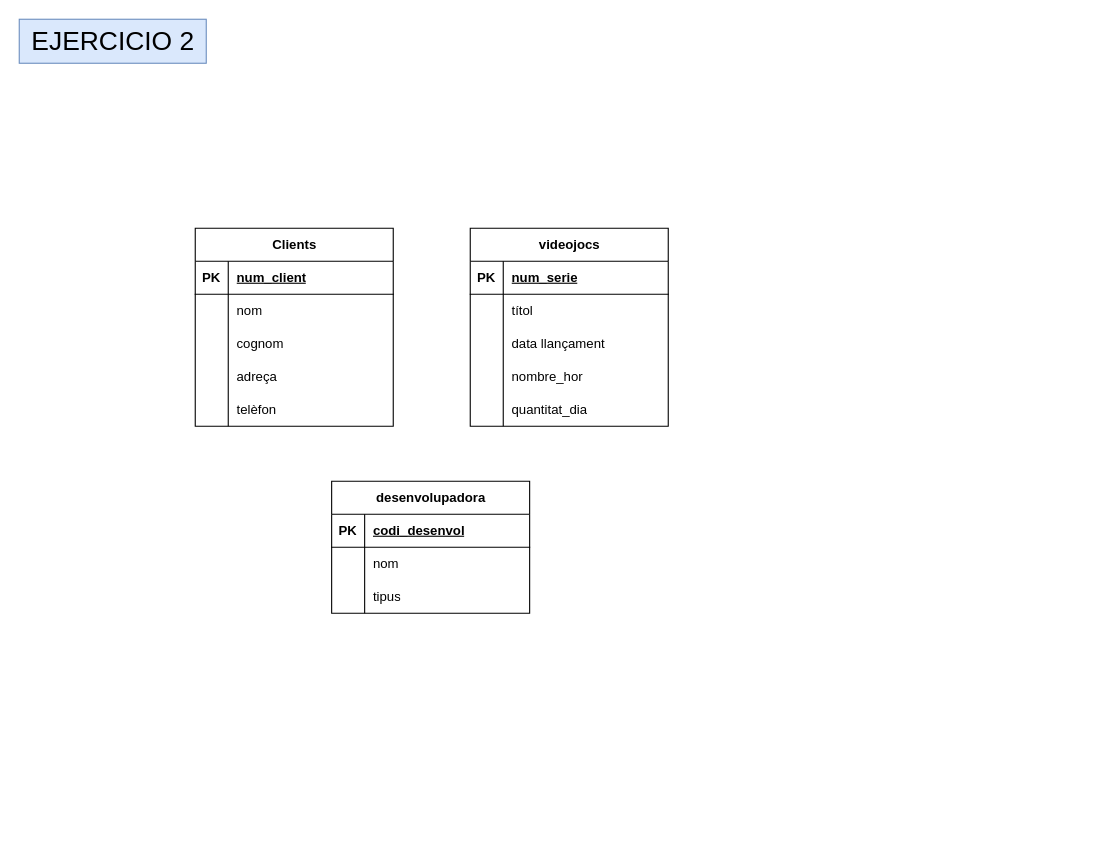
This is M02_RA6_act2.drawio from victor06-git/base_de_dades, a draw.io file, before an edit. Source tidied: cells renumbered, new cells numbered last; positions are measured from the earlier drawing's top-left corner, leaving out a move shared by most shapes. Both pictures are drawn from the tidied source at 110%, with x=0, y=0 at pixel (19, 19).
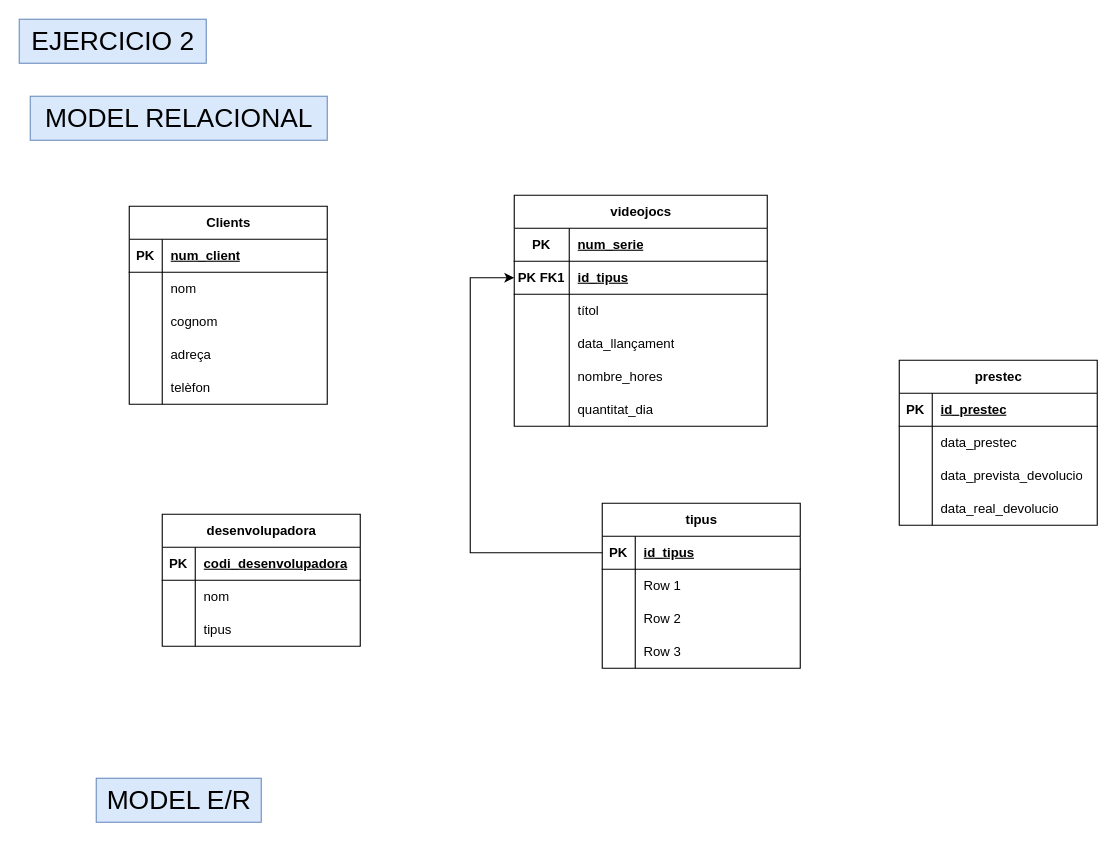
After the change.

The change refers to these unchanged cells:
```xml
<mxCell id="15" style="shape=tableRow;horizontal=0;startSize=0;swimlaneHead=0;swimlaneBody=0;fillColor=none;top=0;left=0;right=0;bottom=0;" parent="2" vertex="1">
  <mxGeometry y="150" width="180" height="30" as="geometry" />
</mxCell>
<mxCell id="40" style="shape=tableRow;horizontal=0;startSize=0;swimlaneHead=0;swimlaneBody=0;fillColor=none;top=0;left=0;right=0;bottom=1;" parent="39" vertex="1">
  <mxGeometry y="30" width="180" height="30" as="geometry" />
</mxCell>
```

The edit, as a diff of the source:
```diff
@@
     <mxCell id="2" value="Clients" style="shape=table;startSize=30;childLayout=tableLayout;rowLines=0;fontStyle=1;align=center;html=1;" parent="1" vertex="1">
-      <mxGeometry x="160" y="190" width="180" height="180" as="geometry" />
+      <mxGeometry x="100" y="170" width="180" height="180" as="geometry" />
     </mxCell>
@@
-    <mxCell id="17" style="shape=partialRectangle;fillColor=none;top=0;left=0;bottom=0;right=0;align=left;spacingLeft=6;overflow=hidden;whiteSpace=wrap;html=1;" parent="15" vertex="1">
+    <mxCell id="17" value="telèfon" style="shape=partialRectangle;fillColor=none;top=0;left=0;bottom=0;right=0;align=left;spacingLeft=6;overflow=hidden;whiteSpace=wrap;html=1;" parent="15" vertex="1">
       <mxGeometry x="30" width="150" height="30" as="geometry" />
     </mxCell>
@@
     <mxCell id="21" value="videojocs" style="shape=table;startSize=30;childLayout=tableLayout;rowLines=0;fontStyle=1;align=center;html=1;" parent="1" vertex="1">
-      <mxGeometry x="410" y="190" width="180" height="180" as="geometry" />
+      <mxGeometry x="450" y="160" width="230" height="210" as="geometry" />
     </mxCell>
     <mxCell id="22" style="shape=tableRow;horizontal=0;startSize=0;swimlaneHead=0;swimlaneBody=0;fillColor=none;top=0;left=0;right=0;bottom=1;" parent="21" vertex="1">
-      <mxGeometry y="30" width="180" height="30" as="geometry" />
+      <mxGeometry y="30" width="230" height="30" as="geometry" />
     </mxCell>
     <mxCell id="23" value="PK" style="shape=partialRectangle;fillColor=none;top=0;left=0;bottom=0;right=0;fontStyle=1;overflow=hidden;whiteSpace=wrap;html=1;" parent="22" vertex="1">
-      <mxGeometry width="30" height="30" as="geometry" />
+      <mxGeometry width="50" height="30" as="geometry" />
     </mxCell>
     <mxCell id="24" value="num_serie" style="shape=partialRectangle;fillColor=none;top=0;left=0;bottom=0;right=0;align=left;spacingLeft=6;fontStyle=5;overflow=hidden;whiteSpace=wrap;html=1;" parent="22" vertex="1">
-      <mxGeometry x="30" width="150" height="30" as="geometry" />
+      <mxGeometry x="50" width="180" height="30" as="geometry" />
     </mxCell>
+    <mxCell id="49" style="shape=tableRow;horizontal=0;startSize=0;swimlaneHead=0;swimlaneBody=0;fillColor=none;points=[[0,0.5],[1,0.5]];portConstraint=eastwest;top=0;left=0;right=0;bottom=1;" parent="21" vertex="1">
+      <mxGeometry y="60" width="230" height="30" as="geometry" />
+    </mxCell>
+    <mxCell id="50" value="PK FK1" style="shape=partialRectangle;fillColor=none;top=0;left=0;bottom=0;right=0;fontStyle=1;overflow=hidden;whiteSpace=wrap;html=1;" parent="49" vertex="1">
+      <mxGeometry width="50" height="30" as="geometry" />
+    </mxCell>
+    <mxCell id="51" value="id_tipus" style="shape=partialRectangle;fillColor=none;top=0;left=0;bottom=0;right=0;align=left;spacingLeft=6;fontStyle=5;overflow=hidden;whiteSpace=wrap;html=1;" parent="49" vertex="1">
+      <mxGeometry x="50" width="180" height="30" as="geometry" />
+    </mxCell>
     <mxCell id="25" style="shape=tableRow;horizontal=0;startSize=0;swimlaneHead=0;swimlaneBody=0;fillColor=none;top=0;left=0;right=0;bottom=0;" parent="21" vertex="1">
-      <mxGeometry y="60" width="180" height="30" as="geometry" />
+      <mxGeometry y="90" width="230" height="30" as="geometry" />
     </mxCell>
     <mxCell id="26" style="shape=partialRectangle;fillColor=none;top=0;left=0;bottom=0;right=0;overflow=hidden;whiteSpace=wrap;html=1;" parent="25" vertex="1">
-      <mxGeometry width="30" height="30" as="geometry" />
+      <mxGeometry width="50" height="30" as="geometry" />
     </mxCell>
     <mxCell id="27" value="títol" style="shape=partialRectangle;fillColor=none;top=0;left=0;bottom=0;right=0;align=left;spacingLeft=6;overflow=hidden;whiteSpace=wrap;html=1;" parent="25" vertex="1">
-      <mxGeometry x="30" width="150" height="30" as="geometry" />
+      <mxGeometry x="50" width="180" height="30" as="geometry" />
     </mxCell>
     <mxCell id="28" style="shape=tableRow;horizontal=0;startSize=0;swimlaneHead=0;swimlaneBody=0;fillColor=none;top=0;left=0;right=0;bottom=0;" parent="21" vertex="1">
-      <mxGeometry y="90" width="180" height="30" as="geometry" />
+      <mxGeometry y="120" width="230" height="30" as="geometry" />
     </mxCell>
     <mxCell id="29" style="shape=partialRectangle;fillColor=none;top=0;left=0;bottom=0;right=0;overflow=hidden;whiteSpace=wrap;html=1;" parent="28" vertex="1">
-      <mxGeometry width="30" height="30" as="geometry" />
+      <mxGeometry width="50" height="30" as="geometry" />
     </mxCell>
-    <mxCell id="30" value="data llançament" style="shape=partialRectangle;fillColor=none;top=0;left=0;bottom=0;right=0;align=left;spacingLeft=6;overflow=hidden;whiteSpace=wrap;html=1;" parent="28" vertex="1">
-      <mxGeometry x="30" width="150" height="30" as="geometry" />
+    <mxCell id="30" value="data_llançament" style="shape=partialRectangle;fillColor=none;top=0;left=0;bottom=0;right=0;align=left;spacingLeft=6;overflow=hidden;whiteSpace=wrap;html=1;" parent="28" vertex="1">
+      <mxGeometry x="50" width="180" height="30" as="geometry" />
     </mxCell>
     <mxCell id="31" style="shape=tableRow;horizontal=0;startSize=0;swimlaneHead=0;swimlaneBody=0;fillColor=none;top=0;left=0;right=0;bottom=0;" parent="21" vertex="1">
-      <mxGeometry y="120" width="180" height="30" as="geometry" />
+      <mxGeometry y="150" width="230" height="30" as="geometry" />
     </mxCell>
     <mxCell id="32" style="shape=partialRectangle;fillColor=none;top=0;left=0;bottom=0;right=0;overflow=hidden;whiteSpace=wrap;html=1;" parent="31" vertex="1">
-      <mxGeometry width="30" height="30" as="geometry" />
+      <mxGeometry width="50" height="30" as="geometry" />
     </mxCell>
-    <mxCell id="33" value="nombre_hor" style="shape=partialRectangle;fillColor=none;top=0;left=0;bottom=0;right=0;align=left;spacingLeft=6;overflow=hidden;whiteSpace=wrap;html=1;" parent="31" vertex="1">
-      <mxGeometry x="30" width="150" height="30" as="geometry" />
+    <mxCell id="33" value="nombre_hores" style="shape=partialRectangle;fillColor=none;top=0;left=0;bottom=0;right=0;align=left;spacingLeft=6;overflow=hidden;whiteSpace=wrap;html=1;" parent="31" vertex="1">
+      <mxGeometry x="50" width="180" height="30" as="geometry" />
     </mxCell>
     <mxCell id="34" style="shape=tableRow;horizontal=0;startSize=0;swimlaneHead=0;swimlaneBody=0;fillColor=none;top=0;left=0;right=0;bottom=0;" parent="21" vertex="1">
-      <mxGeometry y="150" width="180" height="30" as="geometry" />
+      <mxGeometry y="180" width="230" height="30" as="geometry" />
     </mxCell>
     <mxCell id="35" style="shape=partialRectangle;fillColor=none;top=0;left=0;bottom=0;right=0;overflow=hidden;whiteSpace=wrap;html=1;" parent="34" vertex="1">
-      <mxGeometry width="30" height="30" as="geometry" />
+      <mxGeometry width="50" height="30" as="geometry" />
     </mxCell>
-    <mxCell id="36" style="shape=partialRectangle;fillColor=none;top=0;left=0;bottom=0;right=0;align=left;spacingLeft=6;overflow=hidden;whiteSpace=wrap;html=1;" parent="34" vertex="1">
-      <mxGeometry x="30" width="150" height="30" as="geometry" />
+    <mxCell id="36" value="quantitat_dia" style="shape=partialRectangle;fillColor=none;top=0;left=0;bottom=0;right=0;align=left;spacingLeft=6;overflow=hidden;whiteSpace=wrap;html=1;" parent="34" vertex="1">
+      <mxGeometry x="50" width="180" height="30" as="geometry" />
     </mxCell>
-    <mxCell id="37" value="telèfon" style="shape=partialRectangle;fillColor=none;top=0;left=0;bottom=0;right=0;align=left;spacingLeft=6;overflow=hidden;whiteSpace=wrap;html=1;" parent="1" vertex="1">
-      <mxGeometry x="190" y="340" width="150" height="30" as="geometry" />
-    </mxCell>
-    <mxCell id="38" value="quantitat_dia" style="shape=partialRectangle;fillColor=none;top=0;left=0;bottom=0;right=0;align=left;spacingLeft=6;overflow=hidden;whiteSpace=wrap;html=1;" parent="1" vertex="1">
-      <mxGeometry x="440" y="340" width="150" height="30" as="geometry" />
-    </mxCell>
     <mxCell id="39" value="desenvolupadora" style="shape=table;startSize=30;childLayout=tableLayout;rowLines=0;fontStyle=1;align=center;html=1;" parent="1" vertex="1">
-      <mxGeometry x="284" y="420" width="180" height="120" as="geometry" />
+      <mxGeometry x="130" y="450" width="180" height="120" as="geometry" />
     </mxCell>
@@
-    <mxCell id="42" value="codi_desenvol" style="shape=partialRectangle;fillColor=none;top=0;left=0;bottom=0;right=0;align=left;spacingLeft=6;fontStyle=5;overflow=hidden;whiteSpace=wrap;html=1;" parent="40" vertex="1">
+    <mxCell id="42" value="codi_desenvolupadora" style="shape=partialRectangle;fillColor=none;top=0;left=0;bottom=0;right=0;align=left;spacingLeft=6;fontStyle=5;overflow=hidden;whiteSpace=wrap;html=1;" parent="40" vertex="1">
       <mxGeometry x="30" width="150" height="30" as="geometry" />
     </mxCell>
@@
+    <mxCell id="52" value="tipus" style="shape=table;startSize=30;childLayout=tableLayout;rowLines=0;fontStyle=1;align=center;html=1;" parent="1" vertex="1">
+      <mxGeometry x="530" y="440" width="180" height="150" as="geometry" />
+    </mxCell>
+    <mxCell id="53" style="shape=tableRow;horizontal=0;startSize=0;swimlaneHead=0;swimlaneBody=0;fillColor=none;points=[[0,0.5],[1,0.5]];portConstraint=eastwest;top=0;left=0;right=0;bottom=1;" parent="52" vertex="1">
+      <mxGeometry y="30" width="180" height="30" as="geometry" />
+    </mxCell>
+    <mxCell id="54" value="PK" style="shape=partialRectangle;fillColor=none;top=0;left=0;bottom=0;right=0;fontStyle=1;overflow=hidden;whiteSpace=wrap;html=1;" parent="53" vertex="1">
+      <mxGeometry width="30" height="30" as="geometry" />
+    </mxCell>
+    <mxCell id="55" value="id_tipus" style="shape=partialRectangle;fillColor=none;top=0;left=0;bottom=0;right=0;align=left;spacingLeft=6;fontStyle=5;overflow=hidden;whiteSpace=wrap;html=1;" parent="53" vertex="1">
+      <mxGeometry x="30" width="150" height="30" as="geometry" />
+    </mxCell>
+    <mxCell id="56" style="shape=tableRow;horizontal=0;startSize=0;swimlaneHead=0;swimlaneBody=0;fillColor=none;top=0;left=0;right=0;bottom=0;" parent="52" vertex="1">
+      <mxGeometry y="60" width="180" height="30" as="geometry" />
+    </mxCell>
+    <mxCell id="57" style="shape=partialRectangle;fillColor=none;top=0;left=0;bottom=0;right=0;overflow=hidden;whiteSpace=wrap;html=1;" parent="56" vertex="1">
+      <mxGeometry width="30" height="30" as="geometry" />
+    </mxCell>
+    <mxCell id="58" value="Row 1" style="shape=partialRectangle;fillColor=none;top=0;left=0;bottom=0;right=0;align=left;spacingLeft=6;overflow=hidden;whiteSpace=wrap;html=1;" parent="56" vertex="1">
+      <mxGeometry x="30" width="150" height="30" as="geometry" />
+    </mxCell>
+    <mxCell id="59" style="shape=tableRow;horizontal=0;startSize=0;swimlaneHead=0;swimlaneBody=0;fillColor=none;top=0;left=0;right=0;bottom=0;" parent="52" vertex="1">
+      <mxGeometry y="90" width="180" height="30" as="geometry" />
+    </mxCell>
+    <mxCell id="60" style="shape=partialRectangle;fillColor=none;top=0;left=0;bottom=0;right=0;overflow=hidden;whiteSpace=wrap;html=1;" parent="59" vertex="1">
+      <mxGeometry width="30" height="30" as="geometry" />
+    </mxCell>
+    <mxCell id="61" value="Row 2" style="shape=partialRectangle;fillColor=none;top=0;left=0;bottom=0;right=0;align=left;spacingLeft=6;overflow=hidden;whiteSpace=wrap;html=1;" parent="59" vertex="1">
+      <mxGeometry x="30" width="150" height="30" as="geometry" />
+    </mxCell>
+    <mxCell id="62" style="shape=tableRow;horizontal=0;startSize=0;swimlaneHead=0;swimlaneBody=0;fillColor=none;top=0;left=0;right=0;bottom=0;" parent="52" vertex="1">
+      <mxGeometry y="120" width="180" height="30" as="geometry" />
+    </mxCell>
+    <mxCell id="63" style="shape=partialRectangle;fillColor=none;top=0;left=0;bottom=0;right=0;overflow=hidden;whiteSpace=wrap;html=1;" parent="62" vertex="1">
+      <mxGeometry width="30" height="30" as="geometry" />
+    </mxCell>
+    <mxCell id="64" value="Row 3" style="shape=partialRectangle;fillColor=none;top=0;left=0;bottom=0;right=0;align=left;spacingLeft=6;overflow=hidden;whiteSpace=wrap;html=1;" parent="62" vertex="1">
+      <mxGeometry x="30" width="150" height="30" as="geometry" />
+    </mxCell>
+    <mxCell id="65" value="prestec" style="shape=table;startSize=30;childLayout=tableLayout;rowLines=0;fontStyle=1;align=center;html=1;" parent="1" vertex="1">
+      <mxGeometry x="800" y="310" width="180" height="150" as="geometry" />
+    </mxCell>
+    <mxCell id="66" style="shape=tableRow;horizontal=0;startSize=0;swimlaneHead=0;swimlaneBody=0;fillColor=none;top=0;left=0;right=0;bottom=1;" parent="65" vertex="1">
+      <mxGeometry y="30" width="180" height="30" as="geometry" />
+    </mxCell>
+    <mxCell id="67" value="PK" style="shape=partialRectangle;fillColor=none;top=0;left=0;bottom=0;right=0;fontStyle=1;overflow=hidden;whiteSpace=wrap;html=1;" parent="66" vertex="1">
+      <mxGeometry width="30" height="30" as="geometry" />
+    </mxCell>
+    <mxCell id="68" value="id_prestec" style="shape=partialRectangle;fillColor=none;top=0;left=0;bottom=0;right=0;align=left;spacingLeft=6;fontStyle=5;overflow=hidden;whiteSpace=wrap;html=1;" parent="66" vertex="1">
+      <mxGeometry x="30" width="150" height="30" as="geometry" />
+    </mxCell>
+    <mxCell id="69" style="shape=tableRow;horizontal=0;startSize=0;swimlaneHead=0;swimlaneBody=0;fillColor=none;top=0;left=0;right=0;bottom=0;" parent="65" vertex="1">
+      <mxGeometry y="60" width="180" height="30" as="geometry" />
+    </mxCell>
+    <mxCell id="70" style="shape=partialRectangle;fillColor=none;top=0;left=0;bottom=0;right=0;overflow=hidden;whiteSpace=wrap;html=1;" parent="69" vertex="1">
+      <mxGeometry width="30" height="30" as="geometry" />
+    </mxCell>
+    <mxCell id="71" value="data_prestec" style="shape=partialRectangle;fillColor=none;top=0;left=0;bottom=0;right=0;align=left;spacingLeft=6;overflow=hidden;whiteSpace=wrap;html=1;" parent="69" vertex="1">
+      <mxGeometry x="30" width="150" height="30" as="geometry" />
+    </mxCell>
+    <mxCell id="72" style="shape=tableRow;horizontal=0;startSize=0;swimlaneHead=0;swimlaneBody=0;fillColor=none;top=0;left=0;right=0;bottom=0;" parent="65" vertex="1">
+      <mxGeometry y="90" width="180" height="30" as="geometry" />
+    </mxCell>
+    <mxCell id="73" style="shape=partialRectangle;fillColor=none;top=0;left=0;bottom=0;right=0;overflow=hidden;whiteSpace=wrap;html=1;" parent="72" vertex="1">
+      <mxGeometry width="30" height="30" as="geometry" />
+    </mxCell>
+    <mxCell id="74" value="data_prevista_devolucio" style="shape=partialRectangle;fillColor=none;top=0;left=0;bottom=0;right=0;align=left;spacingLeft=6;overflow=hidden;whiteSpace=wrap;html=1;" parent="72" vertex="1">
+      <mxGeometry x="30" width="150" height="30" as="geometry" />
+    </mxCell>
+    <mxCell id="75" style="shape=tableRow;horizontal=0;startSize=0;swimlaneHead=0;swimlaneBody=0;fillColor=none;top=0;left=0;right=0;bottom=0;" parent="65" vertex="1">
+      <mxGeometry y="120" width="180" height="30" as="geometry" />
+    </mxCell>
+    <mxCell id="76" style="shape=partialRectangle;fillColor=none;top=0;left=0;bottom=0;right=0;overflow=hidden;whiteSpace=wrap;html=1;" parent="75" vertex="1">
+      <mxGeometry width="30" height="30" as="geometry" />
+    </mxCell>
+    <mxCell id="77" value="data_real_devolucio" style="shape=partialRectangle;fillColor=none;top=0;left=0;bottom=0;right=0;align=left;spacingLeft=6;overflow=hidden;whiteSpace=wrap;html=1;" parent="75" vertex="1">
+      <mxGeometry x="30" width="150" height="30" as="geometry" />
+    </mxCell>
+    <mxCell id="78" value="MODEL RELACIONAL" style="text;html=1;align=center;verticalAlign=middle;strokeColor=#6c8ebf;fillColor=#dae8fc;fontSize=24;" parent="1" vertex="1">
+      <mxGeometry x="10" y="70" width="270" height="40" as="geometry" />
+    </mxCell>
+    <mxCell id="79" style="edgeStyle=orthogonalEdgeStyle;rounded=0;jettySize=auto;html=1;exitX=0;exitY=0.5;exitDx=0;exitDy=0;entryX=0;entryY=0.5;entryDx=0;entryDy=0;" parent="1" edge="1" source="53" target="49">
+      <mxGeometry relative="1" as="geometry">
+        <Array as="points">
+          <mxPoint x="410" y="485" />
+          <mxPoint x="410" y="235" />
+        </Array>
+      </mxGeometry>
+    </mxCell>
+    <mxCell id="80" value="MODEL E/R" style="text;html=1;align=center;verticalAlign=middle;strokeColor=#6c8ebf;fillColor=#dae8fc;fontSize=24;" parent="1" vertex="1">
+      <mxGeometry x="70" y="690" width="150" height="40" as="geometry" />
+    </mxCell>
```
